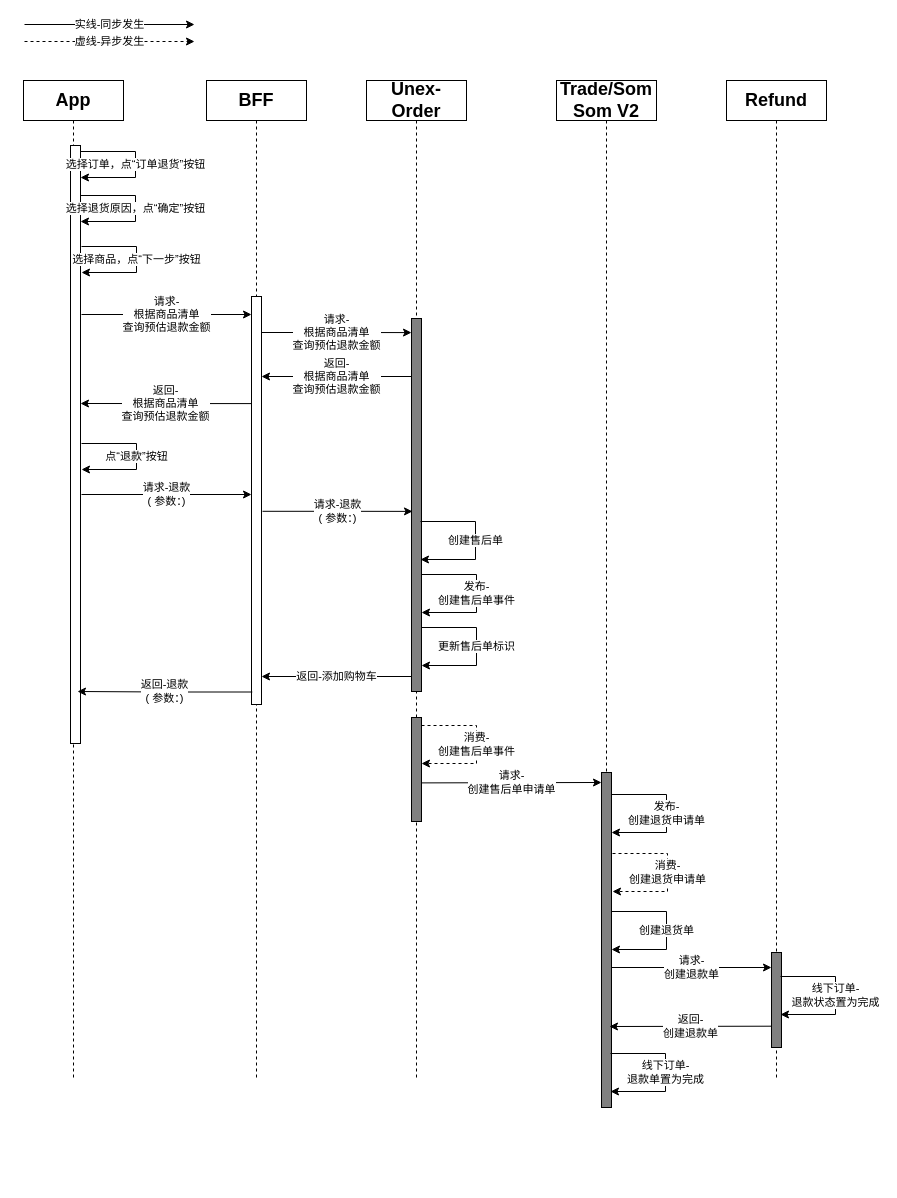
jackie-thank/beego-authz keeps this draw.io diagram as page "return_order_workflow" (19 of 19) of authz/Omini-Store.drawio. Above is the earlier version. Source tidied: cells renumbered, new cells numbered last; positions are measured from the earlier drawing's top-left corner, leaving out a move shared by most shapes. Both pictures are drawn from the tidied source at 100%, with x=0, y=0 at pixel (23, 24).
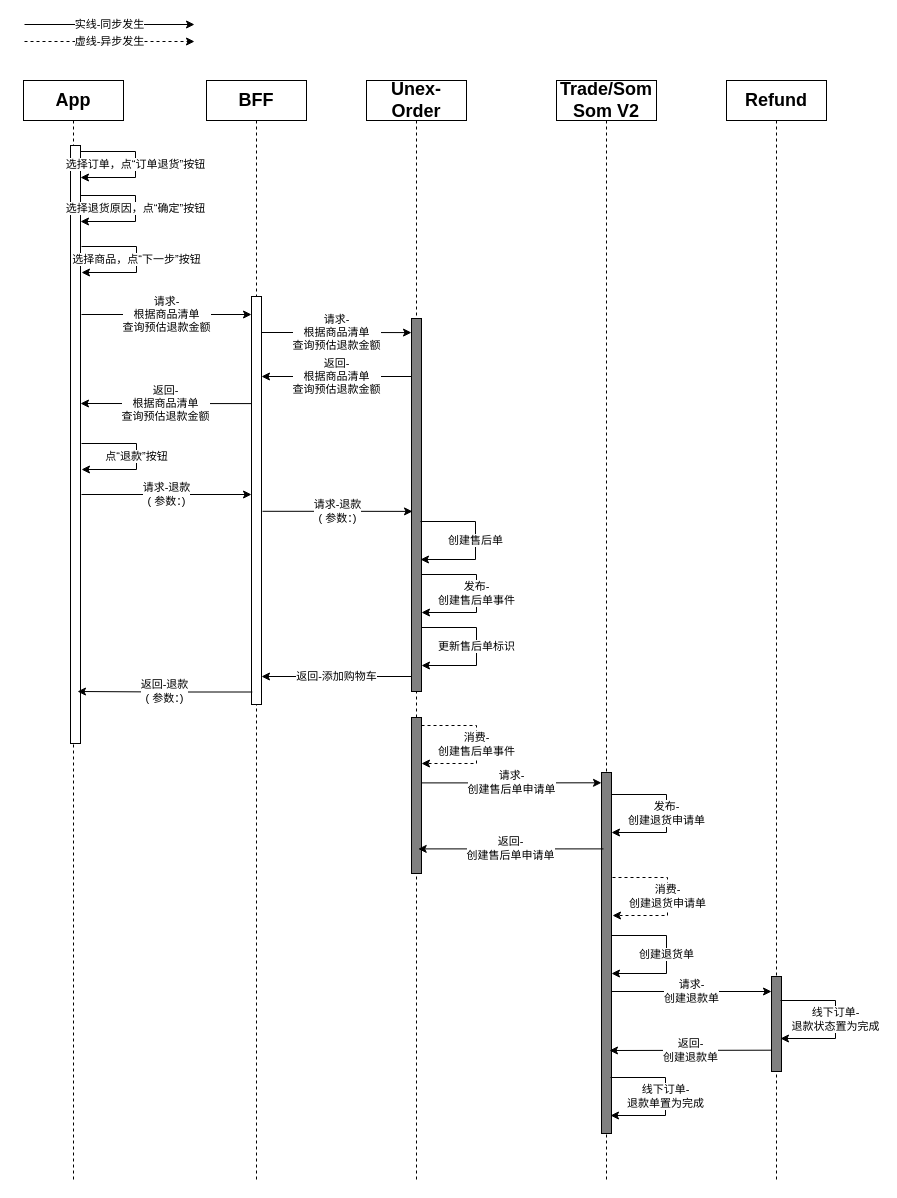
After the change.

What changed in the source:
```diff
@@
     <mxCell id="2" value="Unex-Order" style="shape=umlLifeline;perimeter=lifelinePerimeter;whiteSpace=wrap;html=1;newEdgeStyle={&quot;edgeStyle&quot;:&quot;elbowEdgeStyle&quot;,&quot;elbow&quot;:&quot;vertical&quot;,&quot;curved&quot;:0,&quot;rounded&quot;:0};fontSize=18;fontStyle=1;" parent="1" vertex="1">
-      <mxGeometry x="343" y="56" width="100" height="1000" as="geometry" />
+      <mxGeometry x="343" y="56" width="100" height="1100" as="geometry" />
     </mxCell>
@@
-    <mxCell id="4" value="&lt;div&gt;请求-&lt;/div&gt;&lt;div&gt;创建售后单申请单&lt;br&gt;&lt;/div&gt;" style="edgeStyle=elbowEdgeStyle;rounded=0;orthogonalLoop=1;jettySize=auto;html=1;elbow=vertical;curved=0;" parent="2" edge="1">
+    <mxCell id="4" value="&lt;div&gt;请求-&lt;/div&gt;&lt;div&gt;创建售后单申请单&lt;br&gt;&lt;/div&gt;" style="edgeStyle=elbowEdgeStyle;rounded=0;orthogonalLoop=1;jettySize=auto;html=1;elbow=horizontal;curved=0;" parent="2" edge="1">
       <mxGeometry relative="1" as="geometry">
         <mxPoint x="55" y="702.4" as="sourcePoint" />
         <mxPoint x="235" y="702.3" as="targetPoint" />
       </mxGeometry>
     </mxCell>
     <mxCell id="5" style="html=1;perimeter=orthogonalPerimeter;targetShapes=umlLifeline;newEdgeStyle={&quot;edgeStyle&quot;:&quot;elbowEdgeStyle&quot;,&quot;elbow&quot;:&quot;vertical&quot;,&quot;curved&quot;:0,&quot;rounded&quot;:0};fillColor=#808080;fontSize=18;fontStyle=1;" parent="2" vertex="1">
-      <mxGeometry x="45" y="637" width="10" height="104" as="geometry" />
+      <mxGeometry x="45" y="637" width="10" height="156" as="geometry" />
     </mxCell>
     <mxCell id="6" value="App" style="shape=umlLifeline;perimeter=lifelinePerimeter;whiteSpace=wrap;html=1;newEdgeStyle={&quot;edgeStyle&quot;:&quot;elbowEdgeStyle&quot;,&quot;elbow&quot;:&quot;vertical&quot;,&quot;curved&quot;:0,&quot;rounded&quot;:0};fontStyle=1;fontSize=18;" parent="1" vertex="1">
-      <mxGeometry y="56" width="100" height="1000" as="geometry" />
+      <mxGeometry y="56" width="100" height="1100" as="geometry" />
     </mxCell>
@@
     <mxCell id="10" value="&lt;div&gt;Trade/Som&lt;/div&gt;Som V2" style="shape=umlLifeline;perimeter=lifelinePerimeter;whiteSpace=wrap;html=1;newEdgeStyle={&quot;edgeStyle&quot;:&quot;elbowEdgeStyle&quot;,&quot;elbow&quot;:&quot;vertical&quot;,&quot;curved&quot;:0,&quot;rounded&quot;:0};fontSize=18;fontStyle=1;" parent="1" vertex="1">
-      <mxGeometry x="533" y="56" width="100" height="1000" as="geometry" />
+      <mxGeometry x="533" y="56" width="100" height="1100" as="geometry" />
     </mxCell>
     <mxCell id="11" value="&lt;div&gt;请求-&lt;/div&gt;&lt;div&gt;创建退款单&lt;br&gt;&lt;/div&gt;" style="edgeStyle=elbowEdgeStyle;rounded=0;orthogonalLoop=1;jettySize=auto;html=1;elbow=vertical;curved=0;" parent="10" edge="1">
       <mxGeometry relative="1" as="geometry">
-        <mxPoint x="55" y="887" as="sourcePoint" />
-        <mxPoint x="215" y="886.7" as="targetPoint" />
+        <mxPoint x="55" y="911" as="sourcePoint" />
+        <mxPoint x="215" y="910.7" as="targetPoint" />
       </mxGeometry>
     </mxCell>
     <mxCell id="12" style="html=1;perimeter=orthogonalPerimeter;targetShapes=umlLifeline;newEdgeStyle={&quot;edgeStyle&quot;:&quot;elbowEdgeStyle&quot;,&quot;elbow&quot;:&quot;vertical&quot;,&quot;curved&quot;:0,&quot;rounded&quot;:0};fillColor=#808080;fontSize=18;fontStyle=1;" parent="10" vertex="1">
-      <mxGeometry x="45" y="692" width="10" height="335" as="geometry" />
+      <mxGeometry x="45" y="692" width="10" height="361" as="geometry" />
     </mxCell>
     <mxCell id="13" value="BFF" style="shape=umlLifeline;perimeter=lifelinePerimeter;whiteSpace=wrap;html=1;newEdgeStyle={&quot;edgeStyle&quot;:&quot;elbowEdgeStyle&quot;,&quot;elbow&quot;:&quot;vertical&quot;,&quot;curved&quot;:0,&quot;rounded&quot;:0};fontSize=18;fontStyle=1;" parent="1" vertex="1">
-      <mxGeometry x="183" y="56" width="100" height="1000" as="geometry" />
+      <mxGeometry x="183" y="56" width="100" height="1100" as="geometry" />
     </mxCell>
@@
     <mxCell id="15" value="Refund" style="shape=umlLifeline;perimeter=lifelinePerimeter;whiteSpace=wrap;html=1;newEdgeStyle={&quot;edgeStyle&quot;:&quot;elbowEdgeStyle&quot;,&quot;elbow&quot;:&quot;vertical&quot;,&quot;curved&quot;:0,&quot;rounded&quot;:0};fontSize=18;fontStyle=1;" parent="1" vertex="1">
-      <mxGeometry x="703" y="56" width="100" height="1000" as="geometry" />
+      <mxGeometry x="703" y="56" width="100" height="1100" as="geometry" />
     </mxCell>
     <mxCell id="16" style="html=1;perimeter=orthogonalPerimeter;targetShapes=umlLifeline;newEdgeStyle={&quot;edgeStyle&quot;:&quot;elbowEdgeStyle&quot;,&quot;elbow&quot;:&quot;vertical&quot;,&quot;curved&quot;:0,&quot;rounded&quot;:0};fillColor=#808080;fontSize=18;fontStyle=1;" parent="15" vertex="1">
-      <mxGeometry x="45" y="872" width="10" height="95" as="geometry" />
+      <mxGeometry x="45" y="896" width="10" height="95" as="geometry" />
     </mxCell>
@@
     <mxCell id="32" value="&lt;div&gt;消费-&lt;/div&gt;&lt;div&gt;创建退货申请单&lt;br&gt;&lt;/div&gt;" style="edgeStyle=orthogonalEdgeStyle;rounded=0;orthogonalLoop=1;jettySize=auto;html=1;elbow=vertical;entryX=0.9;entryY=0.923;entryDx=0;entryDy=0;entryPerimeter=0;dashed=1;" parent="1" edge="1">
       <mxGeometry relative="1" as="geometry">
-        <mxPoint x="589" y="829" as="sourcePoint" />
-        <mxPoint x="589" y="867" as="targetPoint" />
+        <mxPoint x="589" y="853" as="sourcePoint" />
+        <mxPoint x="589" y="891" as="targetPoint" />
         <Array as="points">
-          <mxPoint x="644" y="829" />
-          <mxPoint x="644" y="867" />
+          <mxPoint x="644" y="853" />
+          <mxPoint x="644" y="891" />
         </Array>
       </mxGeometry>
     </mxCell>
     <mxCell id="33" value="创建退货单" style="edgeStyle=orthogonalEdgeStyle;rounded=0;orthogonalLoop=1;jettySize=auto;html=1;elbow=vertical;entryX=0.9;entryY=0.923;entryDx=0;entryDy=0;entryPerimeter=0;" parent="1" edge="1">
       <mxGeometry relative="1" as="geometry">
-        <mxPoint x="588" y="887" as="sourcePoint" />
-        <mxPoint x="588" y="925" as="targetPoint" />
+        <mxPoint x="588" y="911" as="sourcePoint" />
+        <mxPoint x="588" y="949" as="targetPoint" />
         <Array as="points">
-          <mxPoint x="643" y="887" />
-          <mxPoint x="643" y="925" />
+          <mxPoint x="643" y="911" />
+          <mxPoint x="643" y="949" />
         </Array>
       </mxGeometry>
     </mxCell>
     <mxCell id="34" value="&lt;div&gt;线下订单-&lt;/div&gt;&lt;div&gt;退款状态置为完成&lt;br&gt;&lt;/div&gt;" style="edgeStyle=orthogonalEdgeStyle;rounded=0;orthogonalLoop=1;jettySize=auto;html=1;elbow=vertical;entryX=0.9;entryY=0.923;entryDx=0;entryDy=0;entryPerimeter=0;" parent="1" edge="1">
       <mxGeometry relative="1" as="geometry">
-        <mxPoint x="757" y="952" as="sourcePoint" />
-        <mxPoint x="757" y="990" as="targetPoint" />
+        <mxPoint x="757" y="976" as="sourcePoint" />
+        <mxPoint x="757" y="1014" as="targetPoint" />
         <Array as="points">
-          <mxPoint x="812" y="952" />
-          <mxPoint x="812" y="990" />
+          <mxPoint x="812" y="976" />
+          <mxPoint x="812" y="1014" />
         </Array>
       </mxGeometry>
     </mxCell>
     <mxCell id="35" value="&lt;div&gt;返回-&lt;br&gt;&lt;div&gt;创建退款单&lt;br&gt;&lt;/div&gt;&lt;/div&gt;" style="edgeStyle=elbowEdgeStyle;rounded=0;orthogonalLoop=1;jettySize=auto;html=1;elbow=vertical;curved=0;" parent="1" edge="1">
       <mxGeometry relative="1" as="geometry">
-        <mxPoint x="748" y="1001.7" as="sourcePoint" />
-        <mxPoint x="586" y="1002" as="targetPoint" />
+        <mxPoint x="748" y="1025.7" as="sourcePoint" />
+        <mxPoint x="586" y="1026" as="targetPoint" />
       </mxGeometry>
     </mxCell>
     <mxCell id="36" value="&lt;div&gt;线下订单-&lt;/div&gt;&lt;div&gt;退款单置为完成&lt;br&gt;&lt;/div&gt;" style="edgeStyle=orthogonalEdgeStyle;rounded=0;orthogonalLoop=1;jettySize=auto;html=1;elbow=vertical;entryX=0.9;entryY=0.923;entryDx=0;entryDy=0;entryPerimeter=0;" parent="1" edge="1">
       <mxGeometry relative="1" as="geometry">
-        <mxPoint x="587" y="1029" as="sourcePoint" />
-        <mxPoint x="587" y="1067" as="targetPoint" />
+        <mxPoint x="587" y="1053" as="sourcePoint" />
+        <mxPoint x="587" y="1091" as="targetPoint" />
         <Array as="points">
-          <mxPoint x="642" y="1029" />
-          <mxPoint x="642" y="1067" />
+          <mxPoint x="642" y="1053" />
+          <mxPoint x="642" y="1091" />
         </Array>
       </mxGeometry>
     </mxCell>
@@
+    <mxCell id="39" value="&lt;div&gt;返回-&lt;/div&gt;&lt;div&gt;创建售后单申请单&lt;br&gt;&lt;/div&gt;" style="edgeStyle=elbowEdgeStyle;rounded=0;orthogonalLoop=1;jettySize=auto;html=1;elbow=horizontal;curved=0;" parent="1" edge="1">
+      <mxGeometry relative="1" as="geometry">
+        <mxPoint x="580" y="824.4" as="sourcePoint" />
+        <mxPoint x="394.7" y="824.4" as="targetPoint" />
+      </mxGeometry>
+    </mxCell>
```
